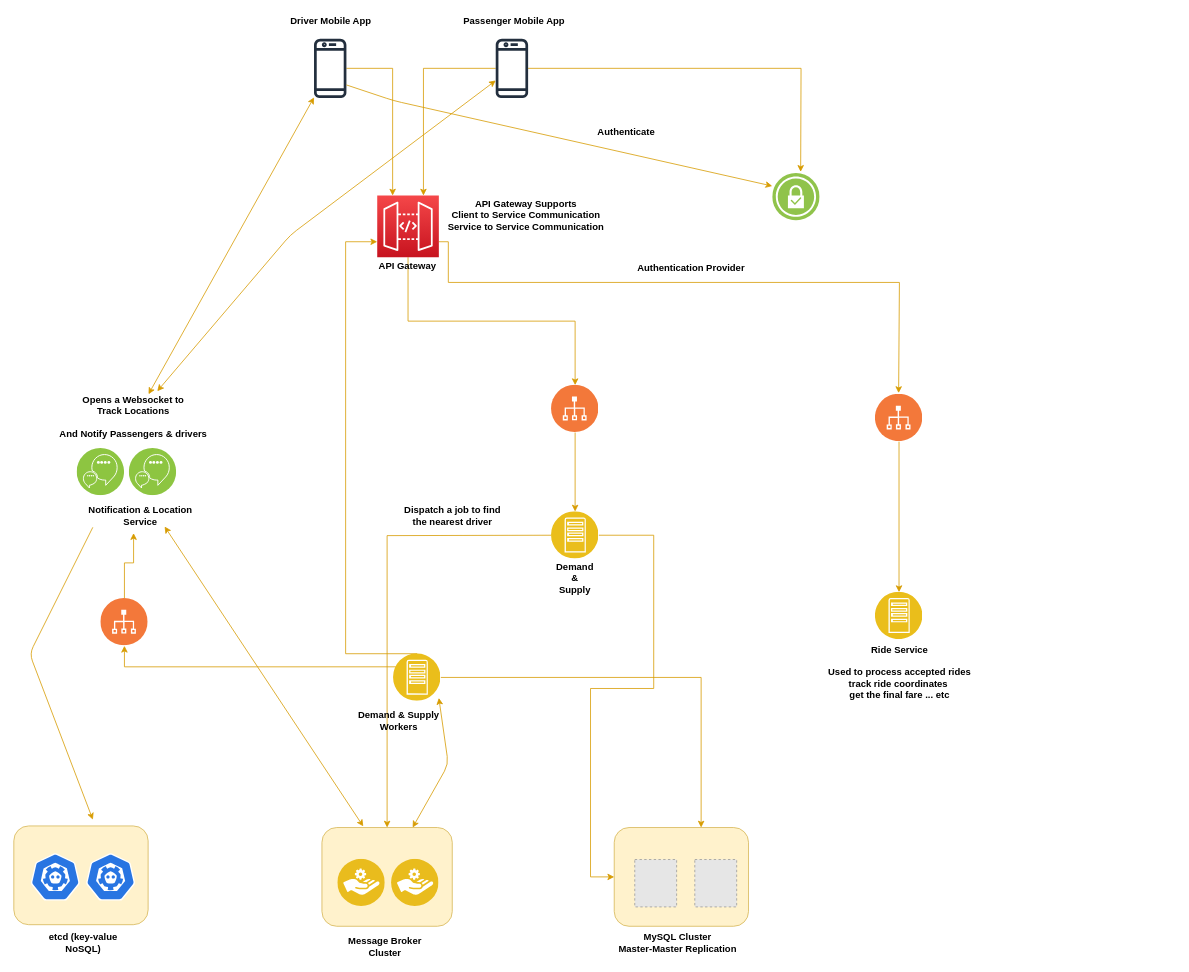
The draw.io diagram uber.drawio in Clivern/Langmore, before the edit. Source tidied: cells renumbered, new cells numbered last; positions are measured from the earlier drawing's top-left corner, leaving out a move shared by most shapes. Both pictures are drawn from the tidied source at 79%, with x=0, y=0 at pixel (13, 13). Pictures stored in the file or linked from it are replaced by grey dashed boxes.
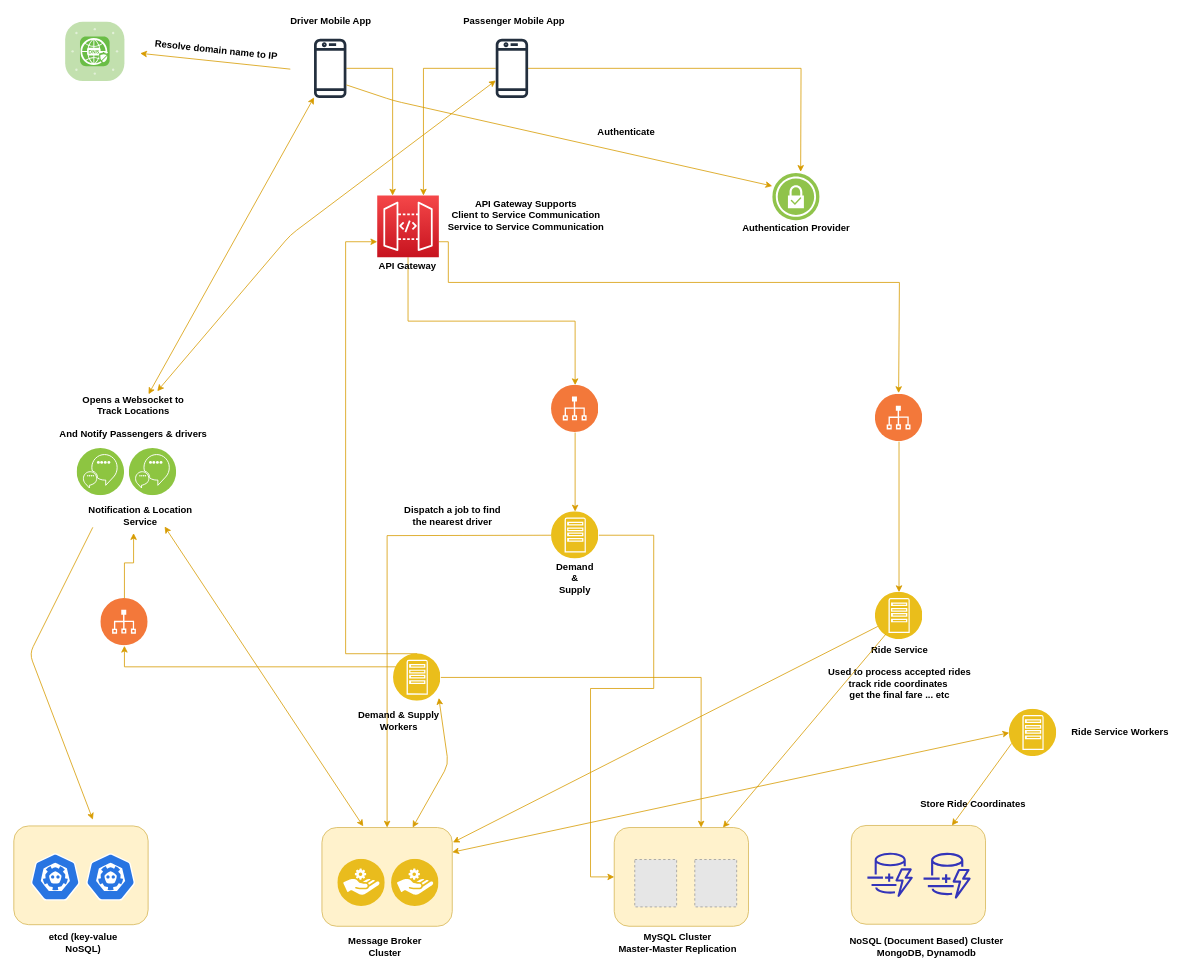
Above is the later version.

The change refers to these unchanged cells:
```xml
<mxCell id="3" style="rounded=1;whiteSpace=wrap;html=1;fillColor=#fff2cc;strokeColor=#d6b656;" parent="1" vertex="1">
  <mxGeometry x="390" y="1030" width="165" height="125" as="geometry" />
</mxCell>
<mxCell id="4" style="rounded=1;whiteSpace=wrap;html=1;fillColor=#fff2cc;strokeColor=#d6b656;" parent="1" vertex="1">
  <mxGeometry x="760" y="1030" width="170" height="125" as="geometry" />
</mxCell>
<mxCell id="34" style="perimeter=ellipsePerimeter;html=1;align=center;shadow=0;dashed=0;fontColor=#4277BB;labelBackgroundColor=#ffffff;fontSize=12;spacingTop=3;image;image=img/lib/ibm/applications/app_server.svg;" parent="1" vertex="1">
  <mxGeometry x="1090.5" y="732" width="60" height="60" as="geometry" />
</mxCell>
```

Diff of the diagram source:
```diff
@@
+    <mxCell id="57" style="rounded=1;whiteSpace=wrap;html=1;fillColor=#fff2cc;strokeColor=#d6b656;" parent="1" vertex="1">
+      <mxGeometry x="1060" y="1027.4" width="170" height="125" as="geometry" />
+    </mxCell>
@@
     <mxCell id="13" value="Authentication Provider" style="text;html=1;align=center;verticalAlign=middle;fontStyle=1;" parent="1" vertex="1">
-      <mxGeometry x="782" y="312" width="150" height="20" as="geometry" />
+      <mxGeometry x="915" y="262" width="150" height="20" as="geometry" />
     </mxCell>
@@
+    <mxCell id="58" value="NoSQL (Document Based) Cluster&lt;br&gt;MongoDB,&amp;nbsp;Dynamodb" style="text;html=1;align=center;verticalAlign=middle;fontStyle=1;" parent="1" vertex="1">
+      <mxGeometry x="1050" y="1166" width="210" height="30" as="geometry" />
+    </mxCell>
+    <mxCell id="59" style="fontColor=#232F3E;gradientColor=none;fillColor=#3334B9;strokeColor=none;dashed=0;verticalLabelPosition=bottom;verticalAlign=top;align=center;html=1;fontSize=12;fontStyle=0;shape=mxgraph.aws4.dynamodb_dax;" parent="1" vertex="1">
+      <mxGeometry x="1150" y="1062" width="62.8" height="58" as="geometry" />
+    </mxCell>
+    <mxCell id="60" style="fontColor=#232F3E;gradientColor=none;fillColor=#3334B9;strokeColor=none;dashed=0;verticalLabelPosition=bottom;verticalAlign=top;align=center;html=1;fontSize=12;fontStyle=0;shape=mxgraph.aws4.dynamodb_dax;" parent="1" vertex="1">
+      <mxGeometry x="1079" y="1062" width="60.5" height="55.9" as="geometry" />
+    </mxCell>
+    <mxCell id="61" style="perimeter=ellipsePerimeter;html=1;align=center;shadow=0;dashed=0;fontColor=#4277BB;labelBackgroundColor=#ffffff;fontSize=12;spacingTop=3;image;image=img/lib/ibm/applications/app_server.svg;" parent="1" vertex="1">
+      <mxGeometry x="1260" y="880" width="60" height="60" as="geometry" />
+    </mxCell>
+    <mxCell id="62" style="endArrow=classic;html=1;exitX=0;exitY=0.75;exitDx=0;exitDy=0;entryX=1.005;entryY=0.151;entryDx=0;entryDy=0;entryPerimeter=0;fillColor=#ffe6cc;strokeColor=#d79b00;" parent="1" edge="1" source="34" target="3">
+      <mxGeometry relative="1" as="geometry" />
+    </mxCell>
+    <mxCell id="63" value="Ride Service Workers" style="text;html=1;align=center;verticalAlign=middle;fontStyle=1;" parent="1" vertex="1">
+      <mxGeometry x="1330" y="900" width="140" height="20" as="geometry" />
+    </mxCell>
+    <mxCell id="64" style="endArrow=classic;html=1;exitX=0;exitY=0.75;exitDx=0;exitDy=0;fillColor=#ffe6cc;strokeColor=#d79b00;" parent="1" edge="1" target="4">
+      <mxGeometry relative="1" as="geometry">
+        <mxPoint x="1103.7" y="785.4" as="sourcePoint" />
+      </mxGeometry>
+    </mxCell>
+    <mxCell id="65" style="endArrow=classic;html=1;exitX=0;exitY=0.75;exitDx=0;exitDy=0;entryX=0.75;entryY=0;entryDx=0;entryDy=0;fillColor=#ffe6cc;strokeColor=#d79b00;" parent="1" edge="1" source="61" target="57">
+      <mxGeometry relative="1" as="geometry" />
+    </mxCell>
+    <mxCell id="66" style="endArrow=classic;startArrow=classic;html=1;entryX=0;entryY=0.5;entryDx=0;entryDy=0;exitX=1;exitY=0.25;exitDx=0;exitDy=0;fillColor=#ffe6cc;strokeColor=#d79b00;" parent="1" edge="1" source="3" target="61">
+      <mxGeometry relative="1" as="geometry" />
+    </mxCell>
+    <mxCell id="67" value="Store Ride Coordinates" style="text;html=1;align=center;verticalAlign=middle;fontStyle=1;" parent="1" vertex="1">
+      <mxGeometry x="1139" y="990" width="150" height="20" as="geometry" />
+    </mxCell>
+    <mxCell id="68" style="verticalLabelPosition=bottom;html=1;fillColor=#6ABD46;strokeColor=#ffffff;verticalAlign=top;align=center;shape=mxgraph.cisco_safe.compositeIcon;bgIcon=mxgraph.cisco_safe.architecture.generic_appliance;resIcon=mxgraph.cisco_safe.architecture.secure_dns;" parent="1" vertex="1">
+      <mxGeometry x="65" y="10" width="75" height="75" as="geometry" />
+    </mxCell>
+    <mxCell id="69" style="endArrow=classic;html=1;fillColor=#ffe6cc;strokeColor=#d79b00;" parent="1" edge="1">
+      <mxGeometry relative="1" as="geometry">
+        <mxPoint x="350" y="70" as="sourcePoint" />
+        <mxPoint x="160" y="50" as="targetPoint" />
+      </mxGeometry>
+    </mxCell>
+    <mxCell id="70" value="Resolve domain name to IP" style="text;html=1;align=center;verticalAlign=middle;fontStyle=1;rotation=6;" parent="1" vertex="1">
+      <mxGeometry x="170.5" y="35.5" width="170" height="20" as="geometry" />
+    </mxCell>
```
